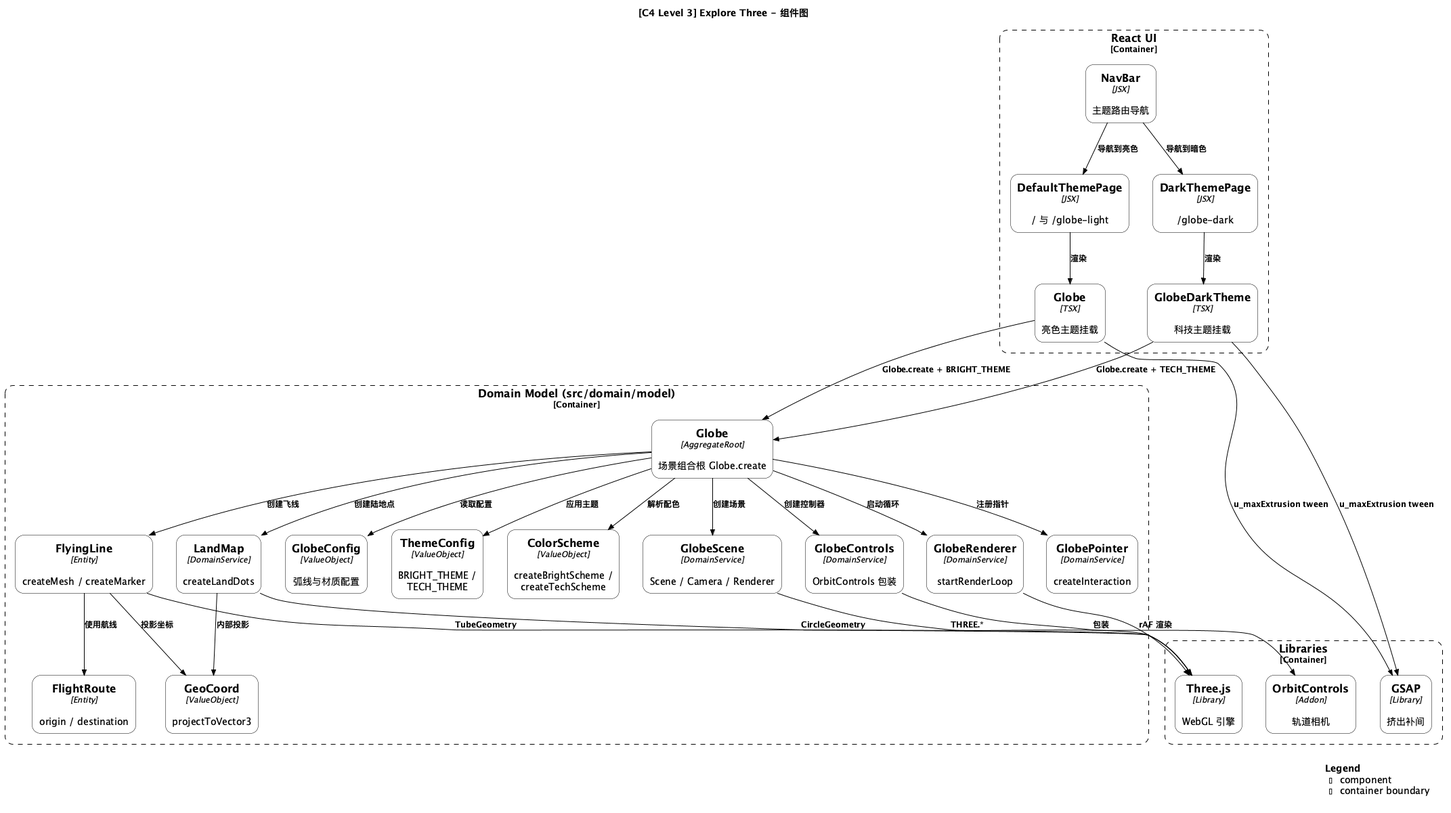
Above: docs/developer/c4-model/png/C3-Component.png in felixzhu97/explore-three (PlantUML), before the change.
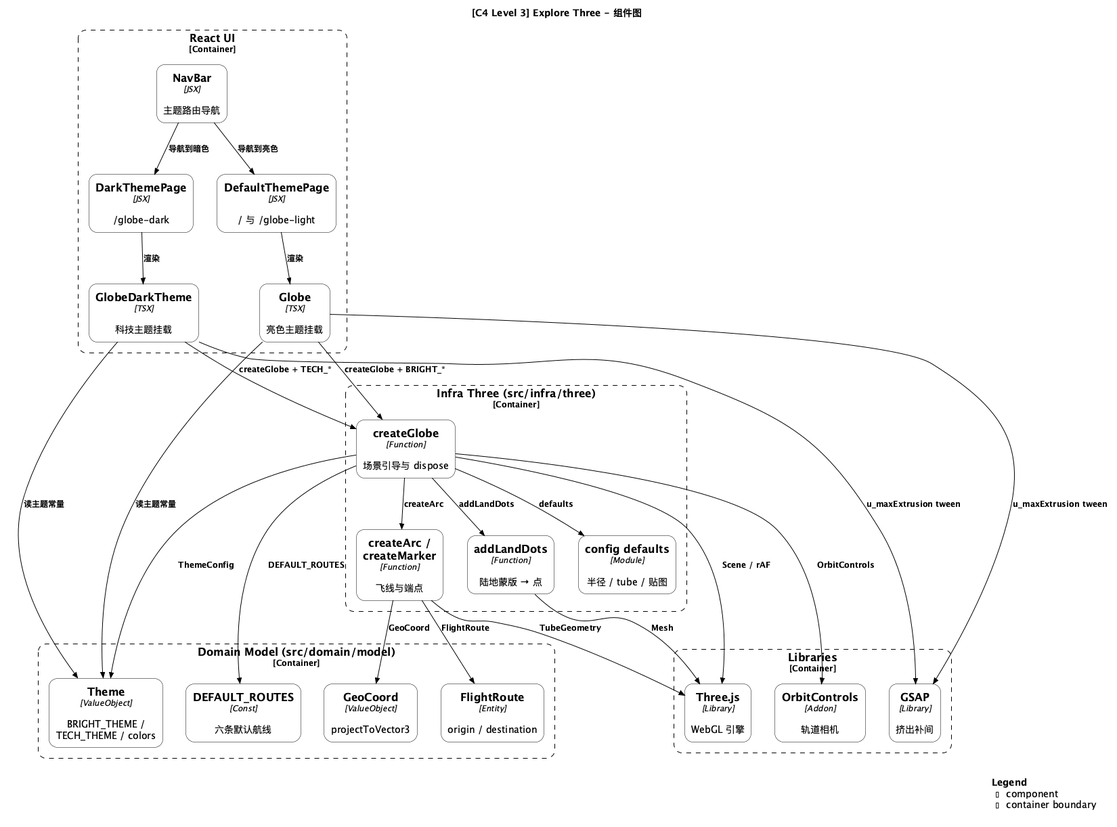
After the change.

What changed in the source:
```diff
@@ -27,18 +27,17 @@
 }
 
 Container_Boundary(domain, "Domain Model (src/domain/model)") {
-    Component(globe, "Globe", "AggregateRoot", "场景组合根 Globe.create")
     Component(geo, "GeoCoord", "ValueObject", "projectToVector3")
     Component(route, "FlightRoute", "Entity", "origin / destination")
-    Component(flying, "FlyingLine", "Entity", "createMesh / createMarker")
-    Component(land, "LandMap", "DomainService", "createLandDots")
-    Component(config, "GlobeConfig", "ValueObject", "弧线与材质配置")
-    Component(theme, "ThemeConfig", "ValueObject", "BRIGHT_THEME / TECH_THEME")
-    Component(colors, "ColorScheme", "ValueObject", "createBrightScheme / createTechScheme")
-    Component(scene, "GlobeScene", "DomainService", "Scene / Camera / Renderer")
-    Component(controls, "GlobeControls", "DomainService", "OrbitControls 包装")
-    Component(renderer, "GlobeRenderer", "DomainService", "startRenderLoop")
-    Component(pointer, "GlobePointer", "DomainService", "createInteraction")
+    Component(routes, "DEFAULT_ROUTES", "Const", "六条默认航线")
+    Component(theme, "Theme", "ValueObject", "BRIGHT_THEME / TECH_THEME / colors")
+}
+
+Container_Boundary(infra, "Infra Three (src/infra/three)") {
+    Component(create_globe, "createGlobe", "Function", "场景引导与 dispose")
+    Component(land, "addLandDots", "Function", "陆地蒙版 → 点")
+    Component(arc, "createArc / createMarker", "Function", "飞线与端点")
+    Component(cfg, "config defaults", "Module", "半径 / tube / 贴图")
 }
 
 Container_Boundary(ext, "Libraries") {
@@ -51,28 +50,24 @@
 Rel(nav, page_dark, "导航到暗色")
 Rel(page_light, globe_view, "渲染")
 Rel(page_dark, globe_dark, "渲染")
-Rel(globe_view, globe, "Globe.create + BRIGHT_THEME")
-Rel(globe_dark, globe, "Globe.create + TECH_THEME")
+Rel(globe_view, create_globe, "createGlobe + BRIGHT_*")
+Rel(globe_dark, create_globe, "createGlobe + TECH_*")
+Rel(globe_view, theme, "读主题常量")
+Rel(globe_dark, theme, "读主题常量")
 Rel(globe_view, gsap, "u_maxExtrusion tween")
 Rel(globe_dark, gsap, "u_maxExtrusion tween")
 
-Rel(globe, scene, "创建场景")
-Rel(globe, controls, "创建控制器")
-Rel(globe, renderer, "启动循环")
-Rel(globe, pointer, "注册指针")
-Rel(globe, land, "创建陆地点")
-Rel(globe, flying, "创建飞线")
-Rel(globe, config, "读取配置")
-Rel(globe, colors, "解析配色")
-Rel(globe, theme, "应用主题")
-Rel(flying, route, "使用航线")
-Rel(flying, geo, "投影坐标")
-Rel(land, geo, "内部投影")
-Rel(scene, threejs, "THREE.*")
-Rel(controls, orbit, "包装")
-Rel(renderer, threejs, "rAF 渲染")
-Rel(flying, threejs, "TubeGeometry")
-Rel(land, threejs, "CircleGeometry")
+Rel(create_globe, land, "addLandDots")
+Rel(create_globe, arc, "createArc")
+Rel(create_globe, cfg, "defaults")
+Rel(create_globe, routes, "DEFAULT_ROUTES")
+Rel(create_globe, theme, "ThemeConfig")
+Rel(arc, route, "FlightRoute")
+Rel(arc, geo, "GeoCoord")
+Rel(land, threejs, "Mesh")
+Rel(arc, threejs, "TubeGeometry")
+Rel(create_globe, threejs, "Scene / rAF")
+Rel(create_globe, orbit, "OrbitControls")
 
 SHOW_LEGEND()
 
```
